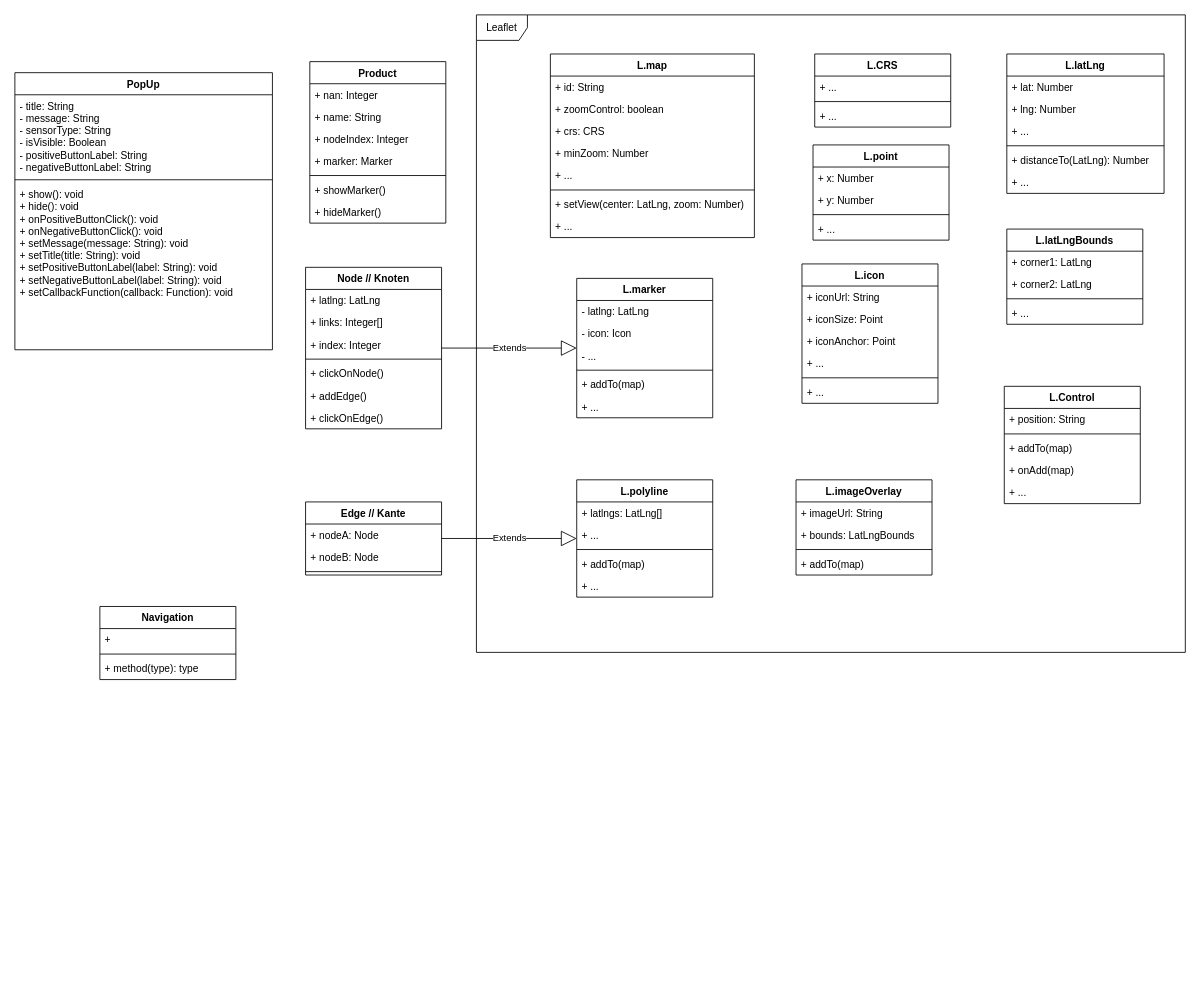
Before: drawio/klassen.drawio in danielgilbers/indoor-navigation, a draw.io diagram. Source tidied: cells renumbered, new cells numbered last; positions are measured from the earlier drawing's top-left corner, leaving out a move shared by most shapes. Both pictures are drawn from the tidied source at 85%, with x=0, y=0 at pixel (14, 14).
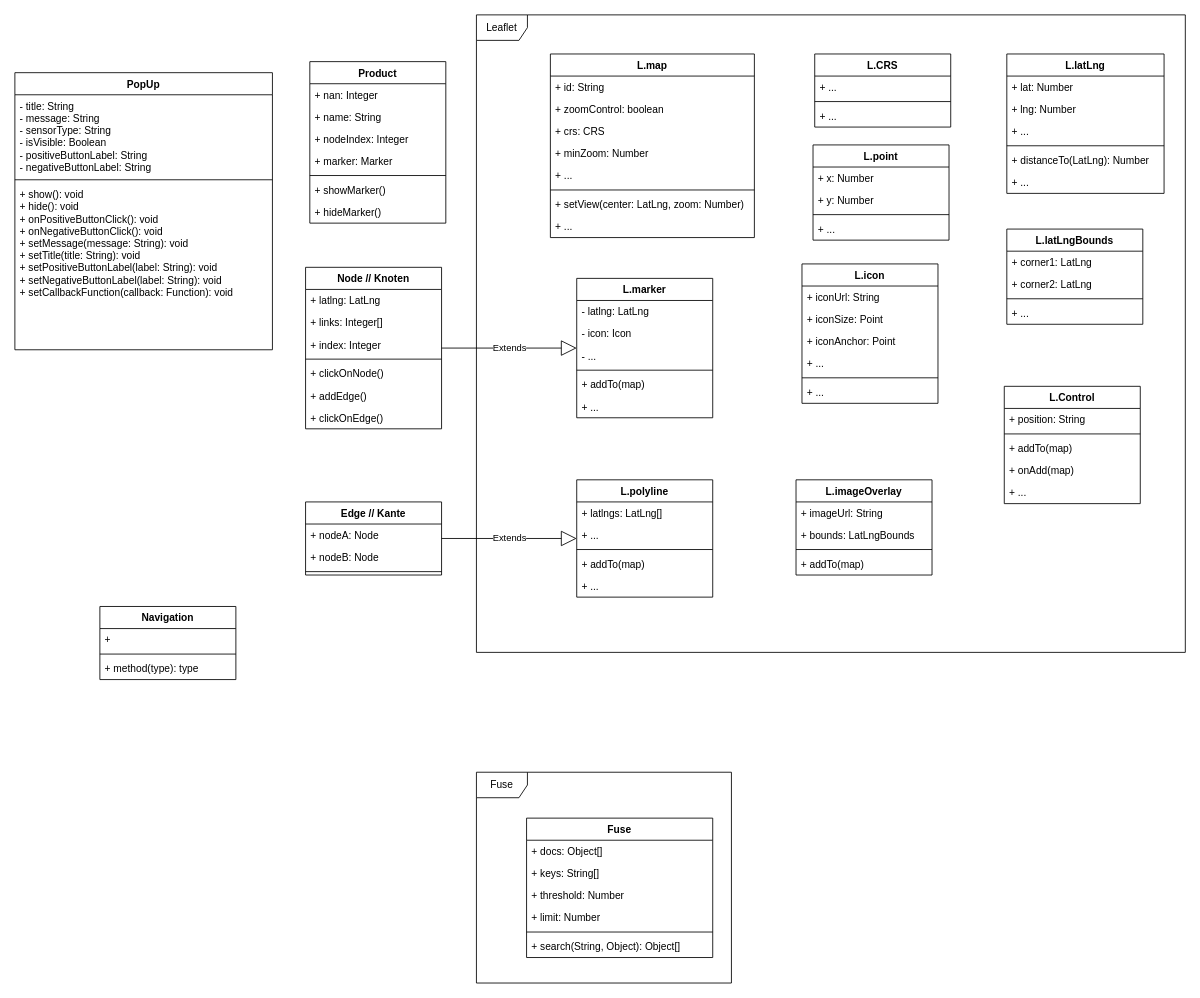
Above is the later version.

Commit message:
add Fusejs to class diagram

The edit, as a diff of the source:
```diff
@@
+    <mxCell id="94" value="Fuse" style="shape=umlFrame;whiteSpace=wrap;html=1;" parent="1" vertex="1">
+      <mxGeometry x="543" y="891" width="300" height="248" as="geometry" />
+    </mxCell>
+    <mxCell id="95" value="Fuse" style="swimlane;fontStyle=1;align=center;verticalAlign=top;horizontal=1;startSize=26;" parent="1" vertex="1">
+      <mxGeometry x="602" y="945" width="219" height="164" as="geometry" />
+    </mxCell>
+    <mxCell id="96" value="+ docs: Object[]" style="text;strokeColor=none;fillColor=none;align=left;verticalAlign=top;spacingLeft=4;spacingRight=4;overflow=hidden;" parent="95" vertex="1">
+      <mxGeometry y="26" width="219" height="26" as="geometry" />
+    </mxCell>
+    <mxCell id="97" value="+ keys: String[]" style="text;strokeColor=none;fillColor=none;align=left;verticalAlign=top;spacingLeft=4;spacingRight=4;overflow=hidden;" parent="95" vertex="1">
+      <mxGeometry y="52" width="219" height="26" as="geometry" />
+    </mxCell>
+    <mxCell id="98" value="+ threshold: Number" style="text;strokeColor=none;fillColor=none;align=left;verticalAlign=top;spacingLeft=4;spacingRight=4;overflow=hidden;" parent="95" vertex="1">
+      <mxGeometry y="78" width="219" height="26" as="geometry" />
+    </mxCell>
+    <mxCell id="99" value="+ limit: Number" style="text;strokeColor=none;fillColor=none;align=left;verticalAlign=top;spacingLeft=4;spacingRight=4;overflow=hidden;" parent="95" vertex="1">
+      <mxGeometry y="104" width="219" height="26" as="geometry" />
+    </mxCell>
+    <mxCell id="100" style="line;strokeWidth=1;fillColor=none;align=left;verticalAlign=middle;spacingTop=-1;spacingLeft=3;spacingRight=3;labelPosition=right;strokeColor=inherit;" parent="95" vertex="1">
+      <mxGeometry y="130" width="219" height="8" as="geometry" />
+    </mxCell>
+    <mxCell id="101" value="+ search(String, Object): Object[]" style="text;strokeColor=none;fillColor=none;align=left;verticalAlign=top;spacingLeft=4;spacingRight=4;overflow=hidden;" parent="95" vertex="1">
+      <mxGeometry y="138" width="219" height="26" as="geometry" />
+    </mxCell>
```
